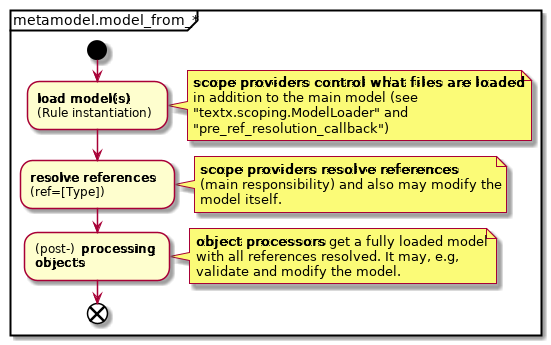
Earlier version of the PlantUML export docs/images/model_from_file_or_str.png (textX/textX).
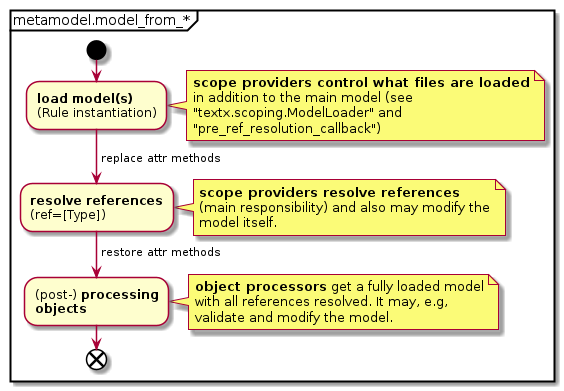
After the change.

Diff of the diagram source:
```diff
@@ -13,6 +13,8 @@
 "pre_ref_resolution_callback")
 end note
 
+-> replace attr methods;
+
 :**resolve references**
 (ref=[Type]);
 
@@ -21,6 +23,8 @@
 (main responsibility) and also may modify the
 model itself.
 end note
+
+-> restore attr methods;
 
 :(post-) **processing**
 **objects**;
```
